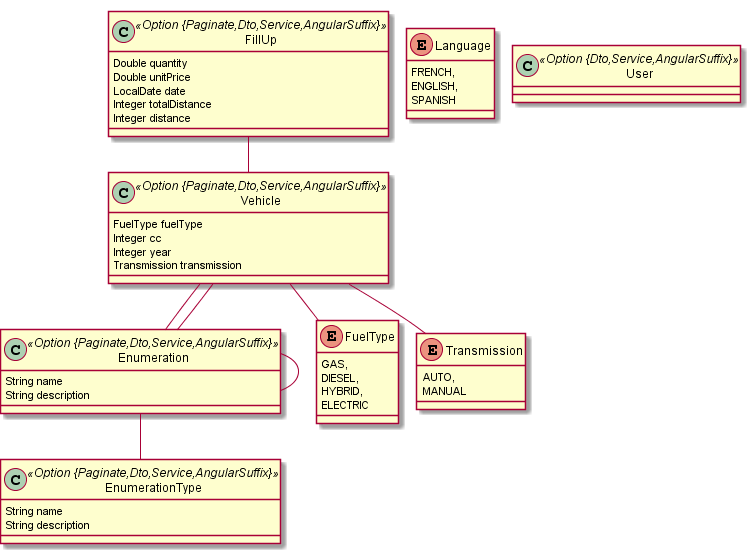
Earlier version of the PlantUML export jhipster-jdl.png (hazerbaker/yakitanaliz).
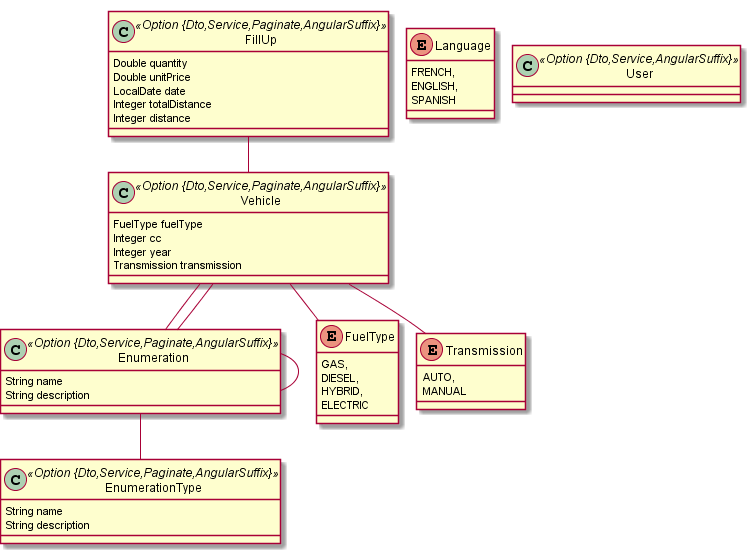
After the commit.

Diff of the diagram source:
```diff
@@ -1,15 +1,15 @@
 @startuml
 	!pragma graphviz_dot jdot
 	!pragma syntax class
-	class EnumerationType <<Option {Paginate,Dto,Service,AngularSuffix}>> {
+	class EnumerationType <<Option {Dto,Service,Paginate,AngularSuffix}>> {
 		String name
 		String description
 	}
-	class Enumeration <<Option {Paginate,Dto,Service,AngularSuffix}>> {
+	class Enumeration <<Option {Dto,Service,Paginate,AngularSuffix}>> {
 		String name
 		String description
 	}
-	class Vehicle <<Option {Paginate,Dto,Service,AngularSuffix}>> {
+	class Vehicle <<Option {Dto,Service,Paginate,AngularSuffix}>> {
 		FuelType fuelType
 		Integer cc
 		Integer year
@@ -17,7 +17,7 @@
 	}
 	Vehicle ..> FuelType
 	Vehicle ..> Transmission
-	class FillUp <<Option {Paginate,Dto,Service,AngularSuffix}>> {
+	class FillUp <<Option {Dto,Service,Paginate,AngularSuffix}>> {
 		Double quantity
 		Double unitPrice
 		LocalDate date
```
